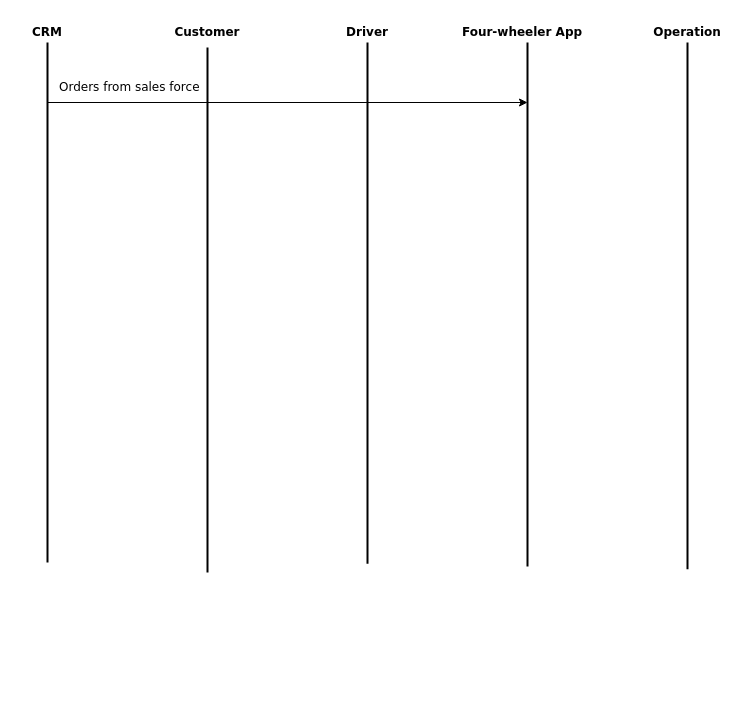
Earlier version of the draw.io diagram authentication/migrations/__pycache__/Four-wheeler.drawio (LukeNgirubiu/vendor-app). Source tidied: cells renumbered, new cells numbered last; positions are measured from the earlier drawing's top-left corner, leaving out a move shared by most shapes. Both pictures are drawn from the tidied source at 100%, with x=0, y=0 at pixel (17, 17).
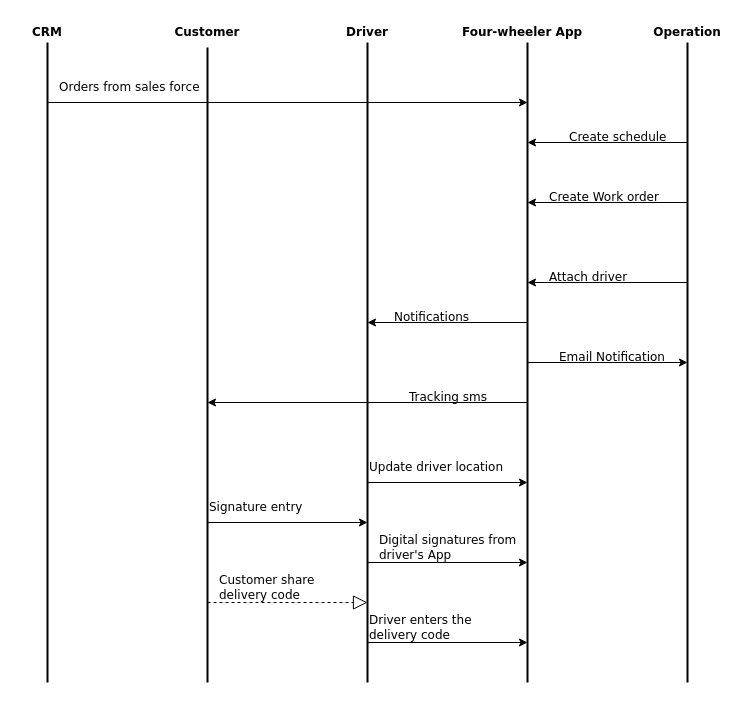
After the change.

Unchanged cells that the change refers to:
```xml
<mxCell id="8" value="&lt;font face=&quot;Verdana&quot;&gt;&lt;b&gt;Customer&lt;/b&gt;&lt;/font&gt;" style="text;html=1;align=center;verticalAlign=middle;whiteSpace=wrap;rounded=0;" parent="1" vertex="1">
  <mxGeometry x="160" width="60" height="30" as="geometry" />
</mxCell>
```

Change to the diagram source:
```diff
@@
     <mxCell id="2" style="endArrow=none;html=1;rounded=0;strokeWidth=2;" parent="1" edge="1">
       <mxGeometry relative="1" as="geometry">
-        <mxPoint x="30" y="545" as="sourcePoint" />
+        <mxPoint x="30" y="665" as="sourcePoint" />
         <mxPoint x="30" y="25" as="targetPoint" />
       </mxGeometry>
     </mxCell>
     <mxCell id="3" style="endArrow=none;html=1;rounded=0;strokeWidth=2;" parent="1" edge="1" target="8">
       <mxGeometry relative="1" as="geometry">
-        <mxPoint x="190" y="555" as="sourcePoint" />
+        <mxPoint x="190" y="665" as="sourcePoint" />
       </mxGeometry>
     </mxCell>
     <mxCell id="4" style="endArrow=none;html=1;rounded=0;strokeWidth=2;" parent="1" edge="1">
       <mxGeometry relative="1" as="geometry">
-        <mxPoint x="350" y="546.3" as="sourcePoint" />
+        <mxPoint x="350" y="665" as="sourcePoint" />
         <mxPoint x="350" y="25" as="targetPoint" />
       </mxGeometry>
     </mxCell>
     <mxCell id="5" style="endArrow=none;html=1;rounded=0;strokeWidth=2;" parent="1" edge="1">
       <mxGeometry relative="1" as="geometry">
-        <mxPoint x="510" y="549" as="sourcePoint" />
+        <mxPoint x="510" y="665" as="sourcePoint" />
         <mxPoint x="510" y="25" as="targetPoint" />
       </mxGeometry>
     </mxCell>
     <mxCell id="6" style="endArrow=none;html=1;rounded=0;strokeWidth=2;" parent="1" edge="1">
       <mxGeometry relative="1" as="geometry">
-        <mxPoint x="670" y="551.7" as="sourcePoint" />
+        <mxPoint x="670" y="665" as="sourcePoint" />
         <mxPoint x="670" y="25" as="targetPoint" />
       </mxGeometry>
     </mxCell>
@@
     <mxCell id="13" value="&lt;font face=&quot;Verdana&quot;&gt;Orders from sales force&lt;/font&gt;" style="text;html=1;align=left;verticalAlign=middle;whiteSpace=wrap;rounded=0;" parent="1" vertex="1">
-      <mxGeometry x="40" y="55" width="180" height="30" as="geometry" />
+      <mxGeometry x="40" y="55" width="160" height="30" as="geometry" />
     </mxCell>
+    <mxCell id="14" style="endArrow=classic;html=1;rounded=0;" parent="1" edge="1">
+      <mxGeometry relative="1" as="geometry">
+        <mxPoint x="670" y="125" as="sourcePoint" />
+        <mxPoint x="510" y="125" as="targetPoint" />
+      </mxGeometry>
+    </mxCell>
+    <mxCell id="15" value="&lt;font face=&quot;Verdana&quot;&gt;Create schedule&lt;/font&gt;" style="text;html=1;align=left;verticalAlign=middle;whiteSpace=wrap;rounded=0;" parent="1" vertex="1">
+      <mxGeometry x="550" y="105" width="110" height="30" as="geometry" />
+    </mxCell>
+    <mxCell id="16" style="endArrow=classic;html=1;rounded=0;" parent="1" edge="1">
+      <mxGeometry relative="1" as="geometry">
+        <mxPoint x="670" y="185" as="sourcePoint" />
+        <mxPoint x="510" y="185" as="targetPoint" />
+      </mxGeometry>
+    </mxCell>
+    <mxCell id="17" value="&lt;font face=&quot;Verdana&quot;&gt;Create Work order&lt;/font&gt;" style="text;html=1;align=left;verticalAlign=middle;whiteSpace=wrap;rounded=0;" parent="1" vertex="1">
+      <mxGeometry x="530" y="165" width="120" height="30" as="geometry" />
+    </mxCell>
+    <mxCell id="18" style="endArrow=classic;html=1;rounded=0;" parent="1" edge="1">
+      <mxGeometry relative="1" as="geometry">
+        <mxPoint x="670" y="265" as="sourcePoint" />
+        <mxPoint x="510" y="265" as="targetPoint" />
+      </mxGeometry>
+    </mxCell>
+    <mxCell id="19" value="&lt;font face=&quot;Verdana&quot;&gt;Attach driver&lt;/font&gt;" style="text;html=1;align=left;verticalAlign=middle;whiteSpace=wrap;rounded=0;" parent="1" vertex="1">
+      <mxGeometry x="530" y="245" width="110" height="30" as="geometry" />
+    </mxCell>
+    <mxCell id="20" style="endArrow=classic;html=1;rounded=0;" parent="1" edge="1">
+      <mxGeometry relative="1" as="geometry">
+        <mxPoint x="510" y="305" as="sourcePoint" />
+        <mxPoint x="350" y="305" as="targetPoint" />
+      </mxGeometry>
+    </mxCell>
+    <mxCell id="21" value="&lt;font face=&quot;Verdana&quot;&gt;Notifications&lt;/font&gt;" style="text;html=1;align=left;verticalAlign=middle;whiteSpace=wrap;rounded=0;" parent="1" vertex="1">
+      <mxGeometry x="375" y="285" width="130" height="30" as="geometry" />
+    </mxCell>
+    <mxCell id="22" style="endArrow=classic;html=1;rounded=0;" parent="1" edge="1">
+      <mxGeometry relative="1" as="geometry">
+        <mxPoint x="510" y="385" as="sourcePoint" />
+        <mxPoint x="190" y="385" as="targetPoint" />
+      </mxGeometry>
+    </mxCell>
+    <mxCell id="23" value="Tracking sms" style="text;html=1;align=left;verticalAlign=middle;whiteSpace=wrap;rounded=0;fontFamily=Verdana;" parent="1" vertex="1">
+      <mxGeometry x="390" y="365" width="100" height="30" as="geometry" />
+    </mxCell>
+    <mxCell id="24" style="endArrow=classic;html=1;rounded=0;" parent="1" edge="1">
+      <mxGeometry relative="1" as="geometry">
+        <mxPoint x="510" y="345" as="sourcePoint" />
+        <mxPoint x="670" y="345" as="targetPoint" />
+      </mxGeometry>
+    </mxCell>
+    <mxCell id="25" value="&lt;font face=&quot;Verdana&quot;&gt;Email Notification&lt;/font&gt;" style="text;html=1;align=left;verticalAlign=middle;whiteSpace=wrap;rounded=0;" parent="1" vertex="1">
+      <mxGeometry x="540" y="325" width="110" height="30" as="geometry" />
+    </mxCell>
+    <mxCell id="26" style="endArrow=classic;html=1;rounded=0;" parent="1" edge="1">
+      <mxGeometry relative="1" as="geometry">
+        <mxPoint x="350" y="465" as="sourcePoint" />
+        <mxPoint x="510" y="465" as="targetPoint" />
+      </mxGeometry>
+    </mxCell>
+    <mxCell id="27" value="&lt;span style=&quot;font-family: Verdana;&quot;&gt;Update driver location&lt;/span&gt;" style="text;html=1;align=left;verticalAlign=middle;whiteSpace=wrap;rounded=0;" parent="1" vertex="1">
+      <mxGeometry x="350" y="435" width="150" height="30" as="geometry" />
+    </mxCell>
+    <mxCell id="28" style="endArrow=classic;html=1;rounded=0;" parent="1" edge="1">
+      <mxGeometry relative="1" as="geometry">
+        <mxPoint x="190" y="505" as="sourcePoint" />
+        <mxPoint x="350" y="505" as="targetPoint" />
+      </mxGeometry>
+    </mxCell>
+    <mxCell id="29" value="&lt;font face=&quot;Verdana&quot;&gt;Signature entry&lt;/font&gt;" style="text;html=1;align=left;verticalAlign=middle;whiteSpace=wrap;rounded=0;" parent="1" vertex="1">
+      <mxGeometry x="190" y="475" width="110" height="30" as="geometry" />
+    </mxCell>
+    <mxCell id="30" style="endArrow=classic;html=1;rounded=0;" parent="1" edge="1">
+      <mxGeometry relative="1" as="geometry">
+        <mxPoint x="350" y="545" as="sourcePoint" />
+        <mxPoint x="510" y="545" as="targetPoint" />
+      </mxGeometry>
+    </mxCell>
+    <mxCell id="31" value="&lt;font face=&quot;Verdana&quot;&gt;Digital signatures from driver's App&lt;/font&gt;" style="text;html=1;align=left;verticalAlign=middle;whiteSpace=wrap;rounded=0;" parent="1" vertex="1">
+      <mxGeometry x="360" y="515" width="140" height="30" as="geometry" />
+    </mxCell>
+    <mxCell id="32" style="endArrow=block;dashed=1;endFill=0;endSize=12;html=1;rounded=0;" parent="1" edge="1">
+      <mxGeometry relative="1" as="geometry">
+        <mxPoint x="190" y="585" as="sourcePoint" />
+        <mxPoint x="350" y="585" as="targetPoint" />
+      </mxGeometry>
+    </mxCell>
+    <mxCell id="33" value="&lt;font face=&quot;Verdana&quot;&gt;Customer share delivery code&lt;/font&gt;" style="text;html=1;align=left;verticalAlign=middle;whiteSpace=wrap;rounded=0;" parent="1" vertex="1">
+      <mxGeometry x="200" y="552" width="130" height="35" as="geometry" />
+    </mxCell>
+    <mxCell id="34" style="endArrow=classic;html=1;rounded=0;" parent="1" edge="1">
+      <mxGeometry relative="1" as="geometry">
+        <mxPoint x="350" y="625" as="sourcePoint" />
+        <mxPoint x="510" y="625" as="targetPoint" />
+      </mxGeometry>
+    </mxCell>
+    <mxCell id="35" value="&lt;font face=&quot;Verdana&quot;&gt;Driver enters the delivery code&lt;/font&gt;" style="text;html=1;align=left;verticalAlign=middle;whiteSpace=wrap;rounded=0;" parent="1" vertex="1">
+      <mxGeometry x="350" y="595" width="150" height="30" as="geometry" />
+    </mxCell>
```
